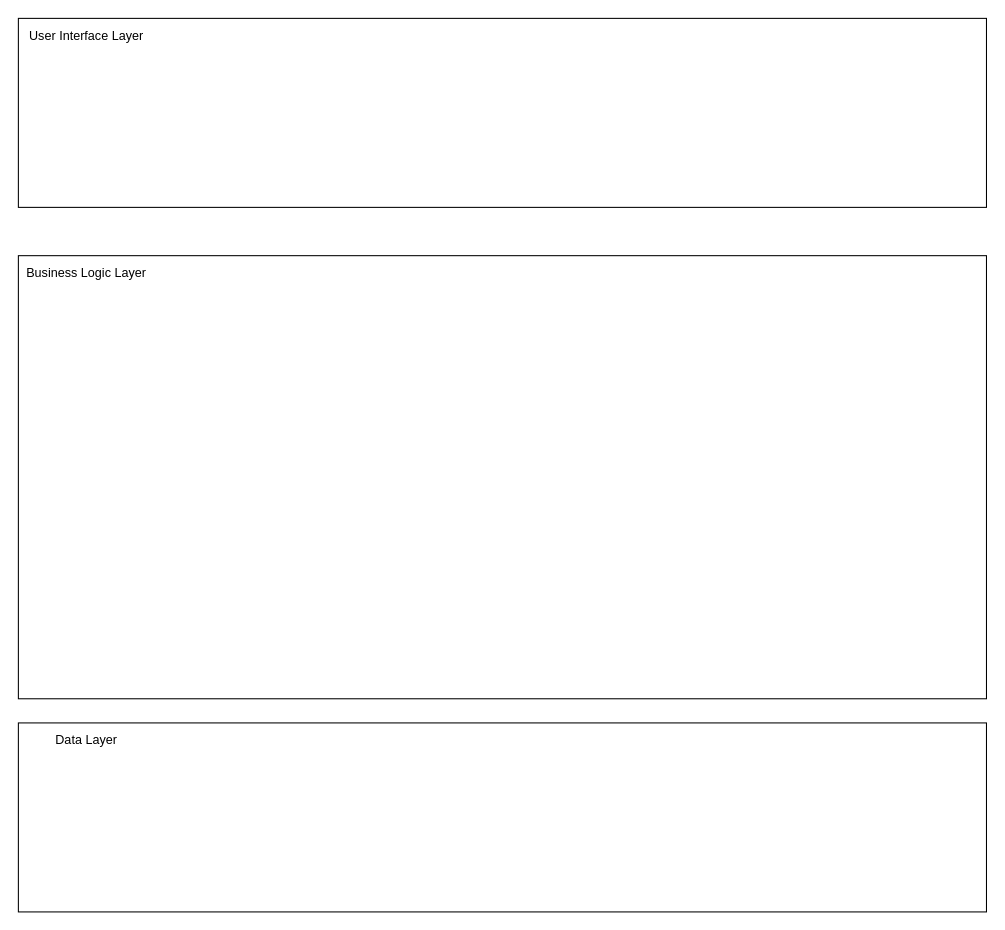
qf2020/drawio keeps this draw.io diagram as 系统逻辑视图.drawio. Above is the earlier version. Source tidied: cells renumbered, new cells numbered last; positions are measured from the earlier drawing's top-left corner, leaving out a move shared by most shapes. Both pictures are drawn from the tidied source at 105%, with x=0, y=0 at pixel (18, 18).
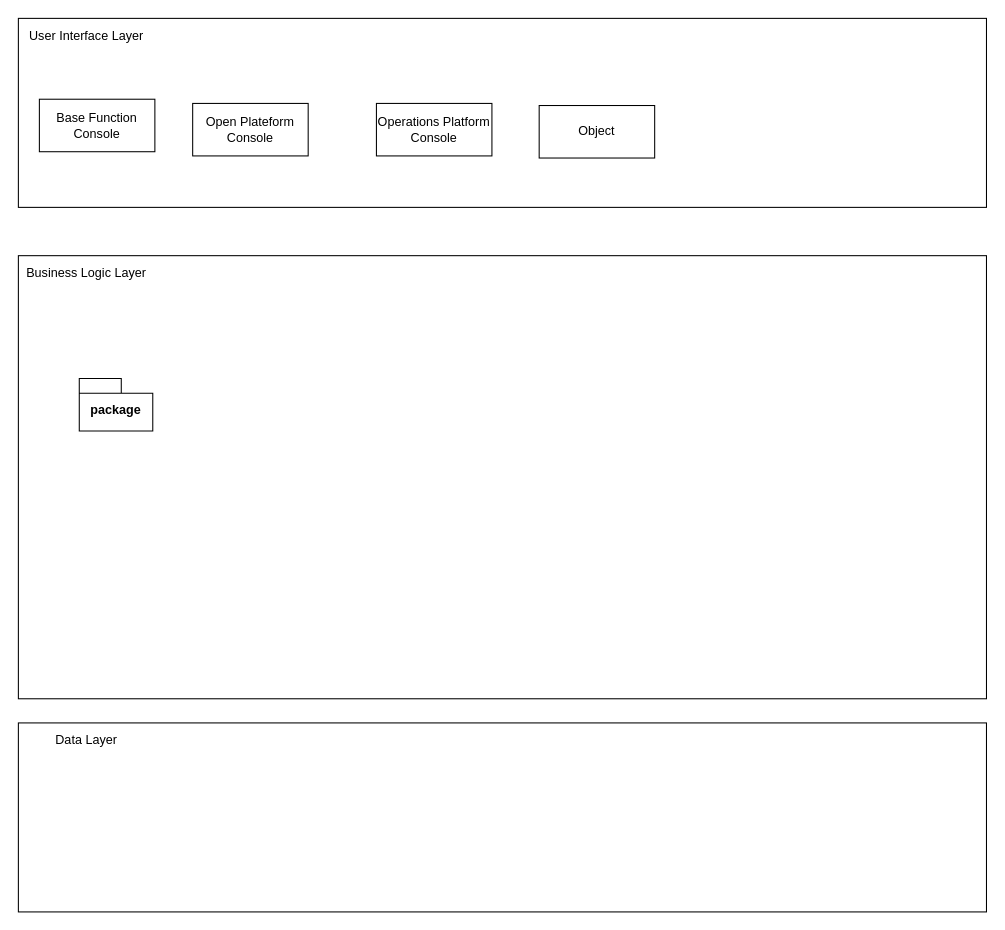
The same diagram, later.

Commit message (it also covers changes not shown here):
更新系统逻辑视图.drawio

What changed in the source:
```diff
@@
 <mxGraphModel>
   <root>
     <mxCell id="0" />
     <mxCell id="1" parent="0" />
     <mxCell id="2" style="rounded=0;whiteSpace=wrap;html=1;" parent="1" vertex="1">
       <mxGeometry width="922" height="180" as="geometry" />
     </mxCell>
     <mxCell id="3" style="rounded=0;whiteSpace=wrap;html=1;" parent="1" vertex="1">
       <mxGeometry y="226" width="922" height="422" as="geometry" />
     </mxCell>
     <mxCell id="4" style="rounded=0;whiteSpace=wrap;html=1;" parent="1" vertex="1">
       <mxGeometry y="671" width="922" height="180" as="geometry" />
     </mxCell>
     <mxCell id="5" value="User Interface Layer" style="text;html=1;align=center;verticalAlign=middle;whiteSpace=wrap;rounded=0;" parent="1" vertex="1">
       <mxGeometry width="130" height="33" as="geometry" />
     </mxCell>
     <mxCell id="6" value="Business Logic Layer" style="text;html=1;align=center;verticalAlign=middle;whiteSpace=wrap;rounded=0;" parent="1" vertex="1">
       <mxGeometry y="226" width="130" height="33" as="geometry" />
     </mxCell>
     <mxCell id="7" value="Data Layer" style="text;html=1;align=center;verticalAlign=middle;whiteSpace=wrap;rounded=0;" parent="1" vertex="1">
       <mxGeometry y="671" width="130" height="33" as="geometry" />
     </mxCell>
+    <mxCell id="8" value="package" style="shape=folder;fontStyle=1;spacingTop=10;tabWidth=40;tabHeight=14;tabPosition=left;html=1;whiteSpace=wrap;" parent="1" vertex="1">
+      <mxGeometry x="58" y="343" width="70" height="50" as="geometry" />
+    </mxCell>
+    <mxCell id="9" value="Base Function Console" style="html=1;whiteSpace=wrap;" parent="1" vertex="1">
+      <mxGeometry x="20" y="77" width="110" height="50" as="geometry" />
+    </mxCell>
+    <mxCell id="10" value="Operations Platform Console" style="html=1;whiteSpace=wrap;" parent="1" vertex="1">
+      <mxGeometry x="341" y="81" width="110" height="50" as="geometry" />
+    </mxCell>
+    <mxCell id="11" value="Open Plateform Console" style="html=1;whiteSpace=wrap;" parent="1" vertex="1">
+      <mxGeometry x="166" y="81" width="110" height="50" as="geometry" />
+    </mxCell>
+    <mxCell id="12" value="Object" style="html=1;whiteSpace=wrap;" parent="1" vertex="1">
+      <mxGeometry x="496" y="83" width="110" height="50" as="geometry" />
+    </mxCell>
   </root>
 </mxGraphModel>
```
